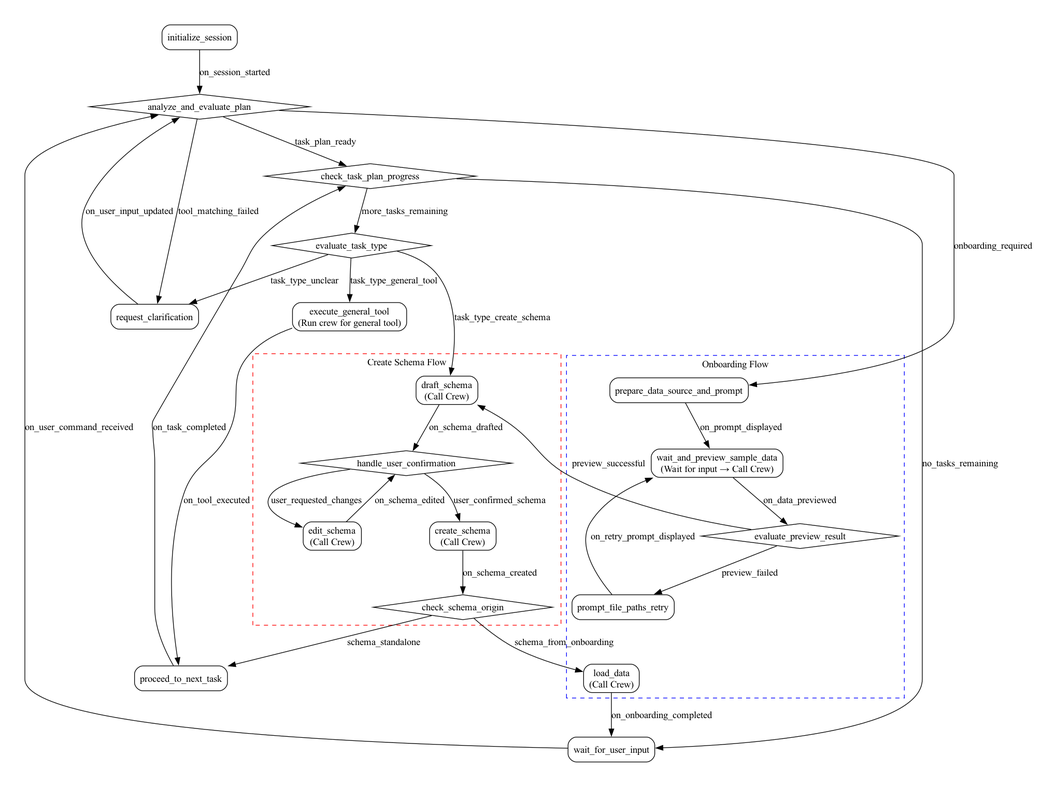
TigerGraph-DevLabs/tigergraph-mcp keeps this Graphviz diagram as examples/tigergraph_chat/resources/workflow/workflow.png. Above is the earlier version. Its source is kept beside it as examples/tigergraph_chat/resources/workflow/workflow.dot.
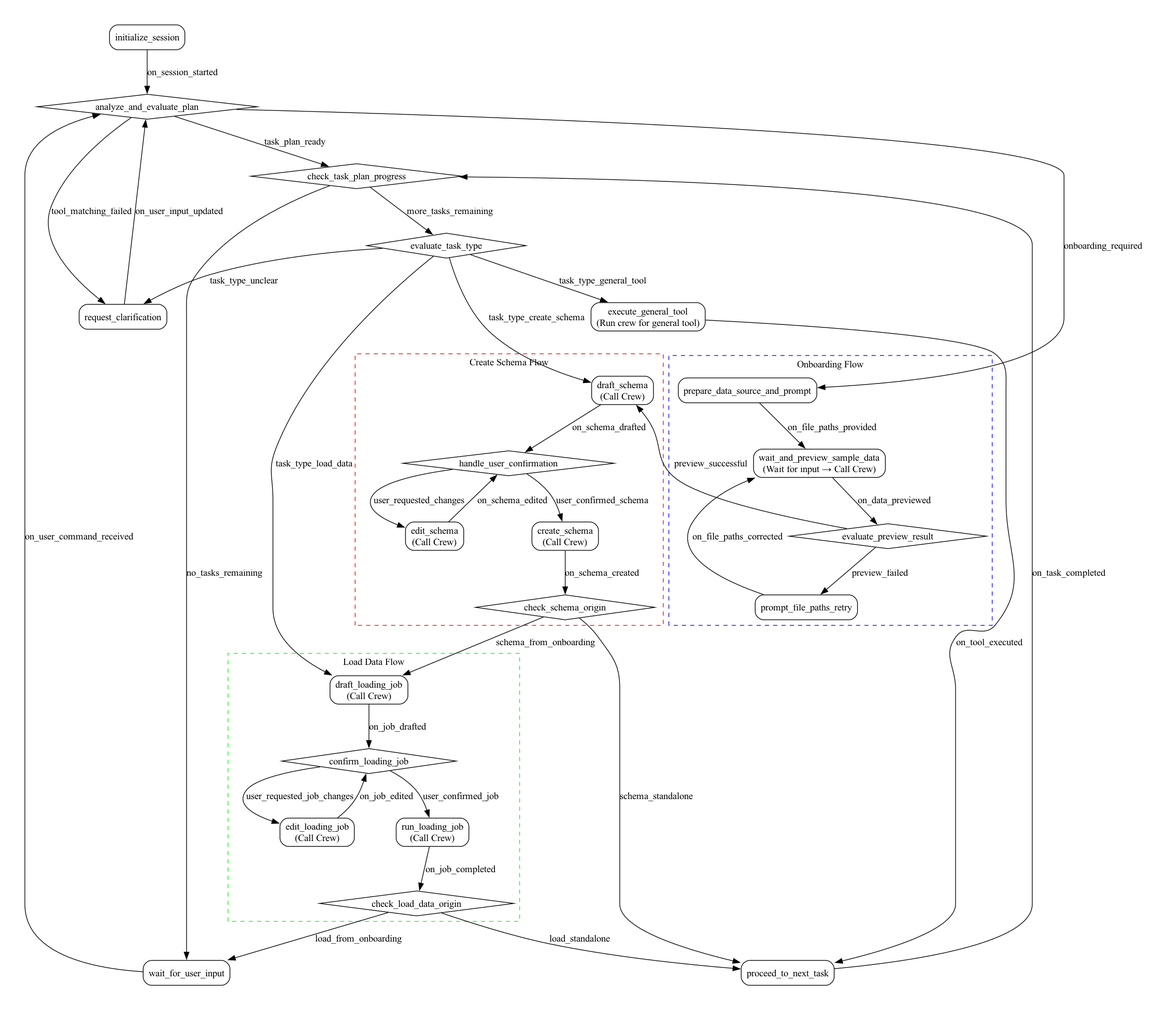
After the change.

The edit, as a diff of the source:
```diff
@@ -16,6 +16,7 @@
     check_task_plan_progress;
     evaluate_task_type;
     check_schema_origin;
+    check_load_data_origin;
 
     subgraph cluster_create_schema {
         label = "Create Schema Flow";
@@ -38,6 +39,30 @@
         create_schema -> check_schema_origin [label="on_schema_created"];
     }
 
+    subgraph cluster_load_data {
+        label = "Load Data Flow";
+        style = dashed;
+        color = green;
+        rank = same;
+
+        node [shape=box, style=rounded];
+        draft_loading_job [label="draft_loading_job\n(Call Crew)"];
+        edit_loading_job [label="edit_loading_job\n(Call Crew)"];
+        run_loading_job [label="run_loading_job\n(Call Crew)"];
+
+        node [shape=diamond, style=""];
+        confirm_loading_job;
+
+        draft_loading_job -> confirm_loading_job [label="on_job_drafted"];
+        confirm_loading_job -> edit_loading_job [label="user_requested_job_changes"];
+        confirm_loading_job -> run_loading_job [label="user_confirmed_job"];
+        edit_loading_job -> confirm_loading_job [label="on_job_edited"];
+        run_loading_job -> check_load_data_origin [label="on_job_completed"];
+    }
+
+    check_load_data_origin -> wait_for_user_input [label="load_from_onboarding"];
+    check_load_data_origin -> proceed_to_next_task [label="load_standalone"];
+
     subgraph cluster_onboarding {
         label = "Onboarding Flow";
         style = dashed;
@@ -49,7 +74,6 @@
         prepare_data_source_and_prompt;
         prompt_file_paths_retry [label="prompt_file_paths_retry"];
         wait_and_preview_sample_data [label="wait_and_preview_sample_data\n(Wait for input → Call Crew)"];
-        load_data [label="load_data\n(Call Crew)"];
 
         draft_schema;
         edit_schema;
@@ -66,8 +90,6 @@
         evaluate_preview_result -> draft_schema [label="preview_successful"];
     }
 
-    load_data -> wait_for_user_input [label="on_onboarding_completed"];
-
     initialize_session -> analyze_and_evaluate_plan [label="on_session_started"];
 
     analyze_and_evaluate_plan -> request_clarification [label="tool_matching_failed"];
@@ -81,18 +103,18 @@
 
     evaluate_task_type -> execute_general_tool [label="task_type_general_tool"];
     evaluate_task_type -> draft_schema [label="task_type_create_schema"];
+    evaluate_task_type -> draft_loading_job [label="task_type_load_data"];
     evaluate_task_type -> request_clarification [label="task_type_unclear"];
 
     execute_general_tool -> proceed_to_next_task [label="on_tool_executed"];
-    check_schema_origin -> load_data [label="schema_from_onboarding"];
+    check_schema_origin -> draft_loading_job [label="schema_from_onboarding"];
     check_schema_origin -> proceed_to_next_task [label="schema_standalone"];
 
     proceed_to_next_task -> check_task_plan_progress [label="on_task_completed"];
     wait_for_user_input -> analyze_and_evaluate_plan [label="on_user_command_received"];
 
+    evaluate_task_type -> prepare_data_source_and_prompt [style=invis];
+    execute_general_tool -> prepare_data_source_and_prompt [style=invis];
     execute_general_tool -> draft_schema [style=invis];
     draft_schema -> prepare_data_source_and_prompt [style=invis];
-    evaluate_task_type -> prepare_data_source_and_prompt [style=invis];
-    analyze_and_evaluate_plan -> evaluate_task_type [style=invis];
-    prompt_file_paths_retry -> load_data [style=invis];
 }
```
